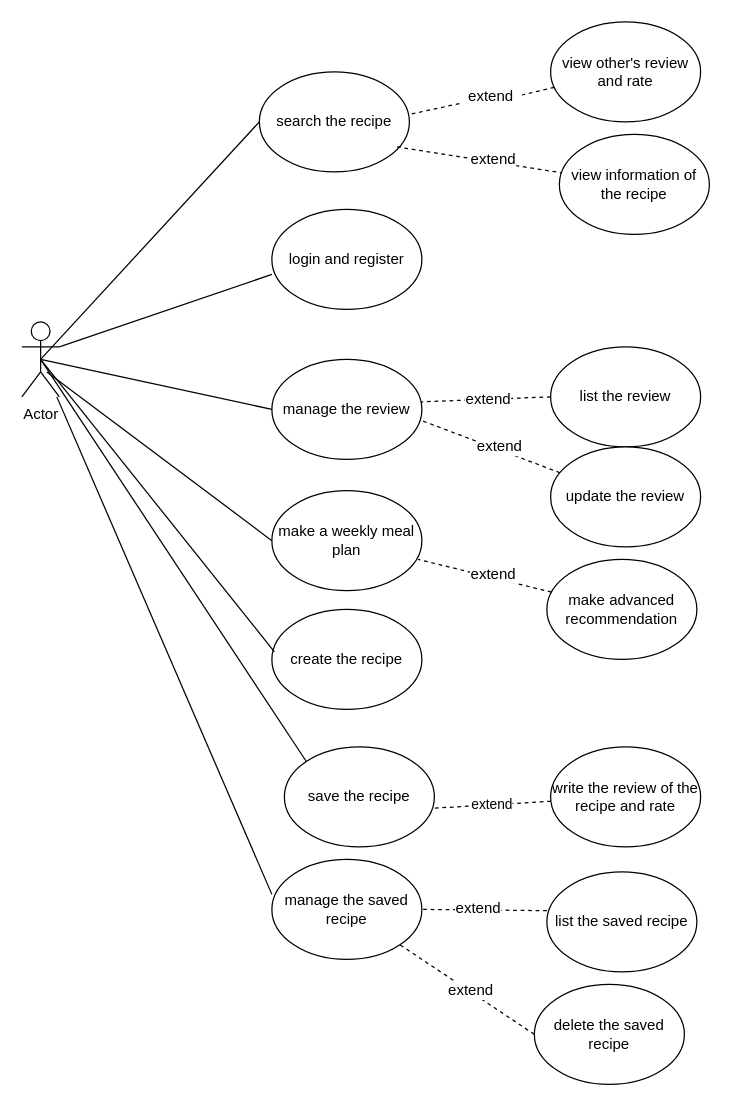
Above: use case diagram.drawio in XiaoyangYan/NewMeal (draw.io), before the change. Source tidied: cells renumbered, new cells numbered last; positions are measured from the earlier drawing's top-left corner, leaving out a move shared by most shapes. Both pictures are drawn from the tidied source at 125%, with x=0, y=0 at pixel (21, 21).
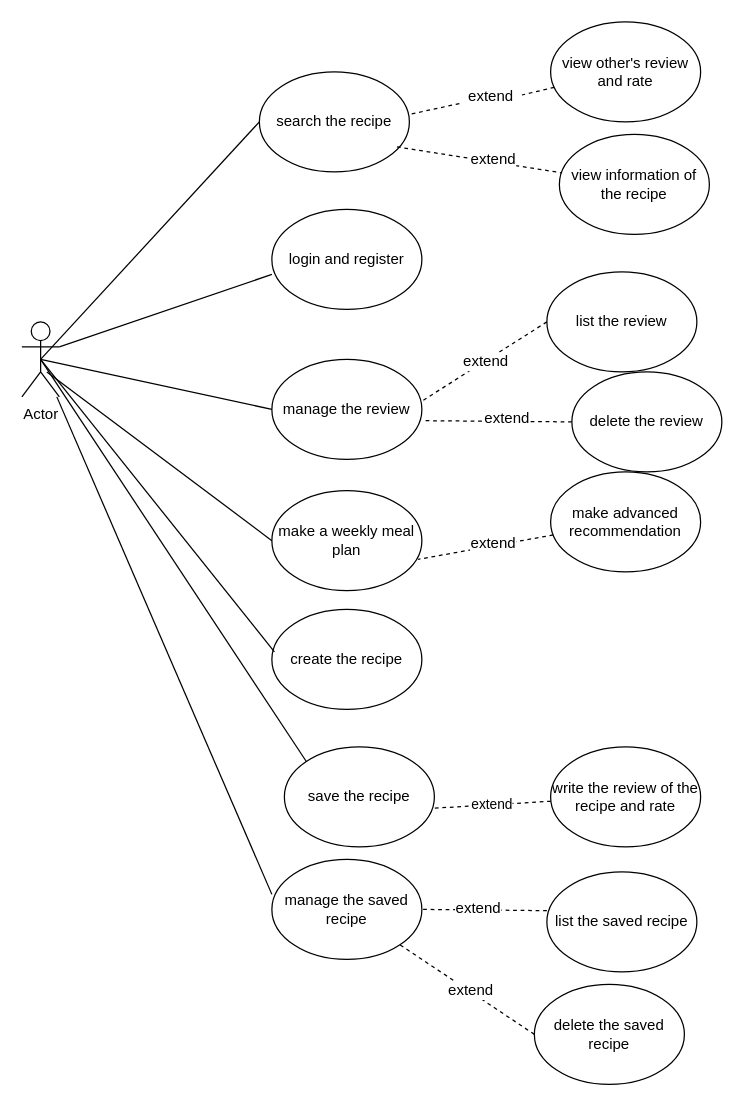
The same page after the edit.

Change to the diagram source:
```diff
@@
     <mxCell id="7" value="list the review" style="ellipse;whiteSpace=wrap;html=1;" parent="1" vertex="1">
-      <mxGeometry x="423" y="260" width="120" height="80" as="geometry" />
+      <mxGeometry x="420" y="200" width="120" height="80" as="geometry" />
     </mxCell>
-    <mxCell id="8" value="update the review" style="ellipse;whiteSpace=wrap;html=1;" parent="1" vertex="1">
-      <mxGeometry x="423" y="340" width="120" height="80" as="geometry" />
+    <mxCell id="8" value="delete the review" style="ellipse;whiteSpace=wrap;html=1;" parent="1" vertex="1">
+      <mxGeometry x="440" y="280" width="120" height="80" as="geometry" />
     </mxCell>
@@
     <mxCell id="38" value="make advanced recommendation" style="ellipse;whiteSpace=wrap;html=1;" parent="1" vertex="1">
-      <mxGeometry x="420" y="430" width="120" height="80" as="geometry" />
+      <mxGeometry x="423" y="360" width="120" height="80" as="geometry" />
     </mxCell>
```
